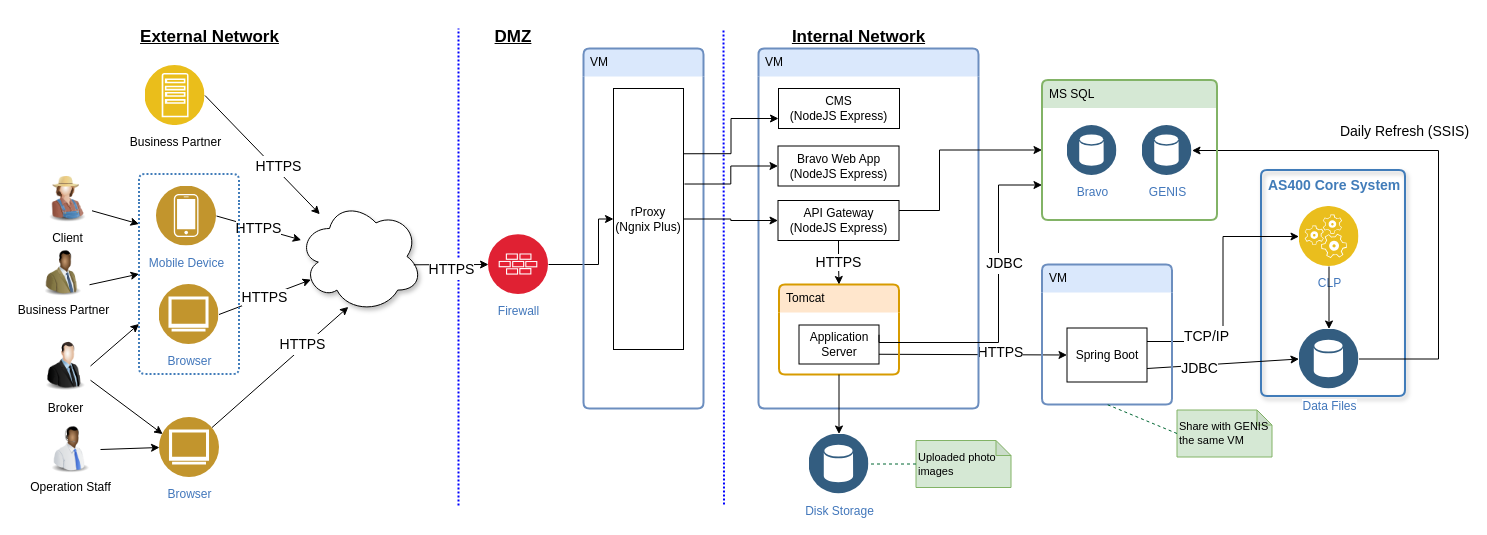
Above: page "Physical Deployment" (2 of 2) of Bravo_Architecture (8).drawio in whalebig27/change-request-process-diagram (draw.io), before the change. Source tidied: cells renumbered, new cells numbered last; positions are measured from the earlier drawing's top-left corner, leaving out a move shared by most shapes. Both pictures are drawn from the tidied source at 100%, with x=0, y=0 at pixel (36, 27).
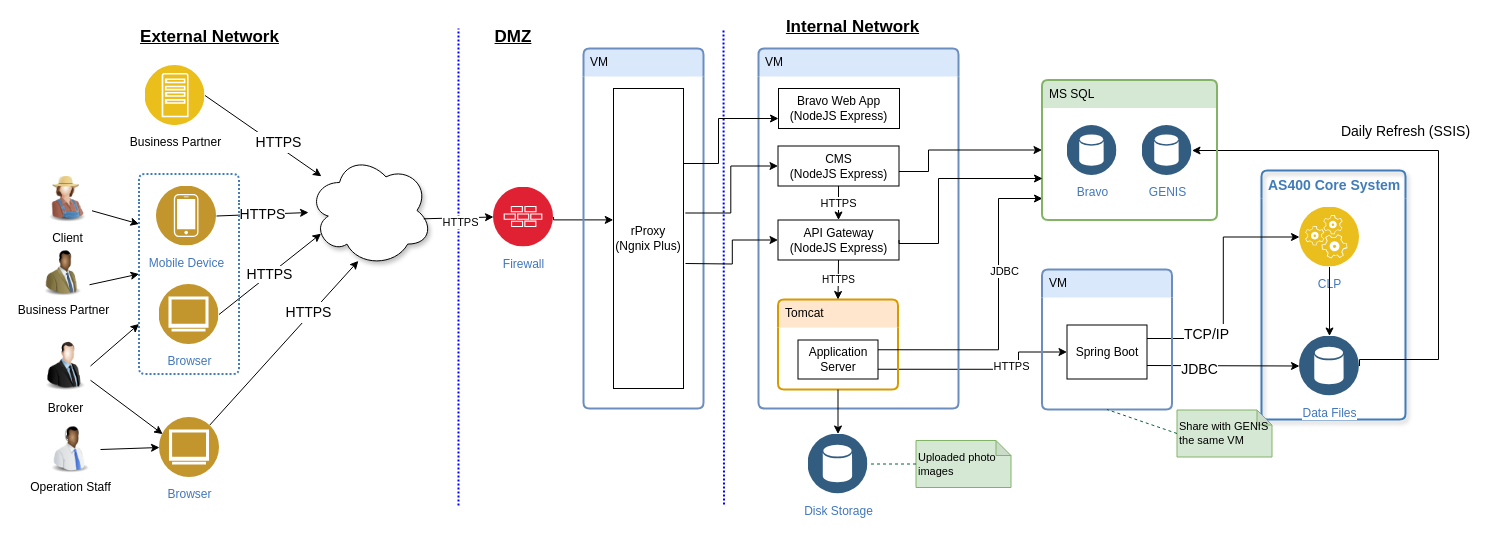
The same diagram, later.

Unchanged cells that the change refers to:
```xml
<mxCell id="14" value="CLP" style="perimeter=ellipsePerimeter;html=1;align=center;shadow=0;dashed=0;fontColor=#4277BB;labelBackgroundColor=#ffffff;fontSize=12;spacingTop=3;image;image=img/lib/ibm/applications/runtime_services.svg;dashPattern=1 1;strokeColor=#0000CC;strokeWidth=3;" parent="12" vertex="1">
  <mxGeometry x="38" y="36.5" width="60" height="60" as="geometry" />
</mxCell>
<mxCell id="34" value="VM" style="swimlane;fontStyle=0;horizontal=1;startSize=28;swimlaneLine=0;swimlaneFillColor=none;fillColor=#dae8fc;rounded=1;whiteSpace=wrap;html=1;absoluteArcSize=1;arcSize=12;strokeColor=#6c8ebf;verticalAlign=top;align=left;spacingLeft=5;dashed=0;strokeWidth=2;" parent="1" vertex="1">
  <mxGeometry x="547" y="21" width="120" height="360" as="geometry" />
</mxCell>
<mxCell id="41" value="Application Server&lt;br&gt;" style="rounded=0;whiteSpace=wrap;html=1;" parent="40" vertex="1">
  <mxGeometry x="20" y="40.5" width="80" height="39" as="geometry" />
</mxCell>
<mxCell id="54" style="rounded=0;jettySize=auto;html=1;entryX=0;entryY=0.5;entryDx=0;entryDy=0;exitX=0.929;exitY=0.574;exitDx=0;exitDy=0;exitPerimeter=0;" parent="1" edge="1" source="53" target="31">
  <mxGeometry relative="1" as="geometry" />
</mxCell>
<mxCell id="59" value="MS SQL" style="swimlane;fontStyle=0;horizontal=1;startSize=28;swimlaneLine=0;swimlaneFillColor=none;fillColor=#d5e8d4;rounded=1;whiteSpace=wrap;html=1;absoluteArcSize=1;arcSize=12;strokeColor=#82b366;verticalAlign=top;align=left;spacingLeft=5;dashed=0;strokeWidth=2;" parent="1" vertex="1">
  <mxGeometry x="1005.5" y="52.5" width="175" height="140" as="geometry" />
</mxCell>
```

What changed in the source:
```diff
@@
     <mxCell id="12" value="&lt;b&gt;&lt;font style=&quot;font-size: 14px&quot;&gt;AS400 Core System&lt;/font&gt;&lt;/b&gt;" style="swimlane;fontStyle=0;horizontal=1;startSize=28;swimlaneLine=0;swimlaneFillColor=none;fillColor=none;rounded=1;whiteSpace=wrap;html=1;absoluteArcSize=1;arcSize=12;strokeColor=#417CB9;fontColor=#417CB9;verticalAlign=top;align=left;spacingLeft=5;dashed=0;strokeWidth=2;shadow=1;" parent="1" vertex="1">
-      <mxGeometry x="1224.5" y="142.5" width="144" height="226" as="geometry" />
+      <mxGeometry x="1225" y="143" width="144" height="249" as="geometry" />
     </mxCell>
     <mxCell id="13" value="Data Files" style="perimeter=ellipsePerimeter;html=1;align=center;shadow=0;dashed=0;fontColor=#4277BB;labelBackgroundColor=#ffffff;fontSize=12;spacingTop=3;image;image=img/lib/ibm/data/data_services.svg;strokeColor=#0000CC;strokeWidth=1;" parent="12" vertex="1">
-      <mxGeometry x="38" y="159" width="60" height="60" as="geometry" />
+      <mxGeometry x="38" y="165.5" width="60" height="60" as="geometry" />
     </mxCell>
@@
-    <mxCell id="18" style="rounded=0;jettySize=auto;html=1;entryX=0;entryY=0.5;entryDx=0;entryDy=0;exitX=1;exitY=0.25;exitDx=0;exitDy=0;edgeStyle=orthogonalEdgeStyle;" parent="1" edge="1" source="48" target="14">
+    <mxCell id="18" style="rounded=0;jettySize=auto;html=1;entryX=0;entryY=0.5;entryDx=0;entryDy=0;exitX=1;exitY=0.25;exitDx=0;exitDy=0;edgeStyle=orthogonalEdgeStyle;fontSize=11;" parent="1" edge="1" source="48" target="14">
       <mxGeometry relative="1" as="geometry" />
     </mxCell>
@@
-    <mxCell id="30" style="edgeStyle=orthogonalEdgeStyle;rounded=0;jettySize=auto;html=1;entryX=0;entryY=0.5;entryDx=0;entryDy=0;" parent="1" edge="1" source="31" target="35">
+    <mxCell id="30" style="edgeStyle=orthogonalEdgeStyle;rounded=0;jettySize=auto;html=1;entryX=-0.003;entryY=0.438;entryDx=0;entryDy=0;exitX=1;exitY=0.5;exitDx=0;exitDy=0;entryPerimeter=0;" parent="1" edge="1" source="31" target="35">
       <mxGeometry relative="1" as="geometry">
         <Array as="points">
-          <mxPoint x="562" y="237" />
-          <mxPoint x="562" y="192" />
+          <mxPoint x="517" y="192" />
         </Array>
       </mxGeometry>
     </mxCell>
     <mxCell id="31" value="Firewall" style="perimeter=ellipsePerimeter;html=1;align=center;shadow=0;dashed=0;fontColor=#4277BB;labelBackgroundColor=#ffffff;fontSize=12;spacingTop=3;image;image=img/lib/ibm/security/firewall.svg;dashPattern=1 1;strokeColor=#0000CC;strokeWidth=2;" parent="1" vertex="1">
-      <mxGeometry x="452" y="207" width="60" height="60" as="geometry" />
+      <mxGeometry x="457" y="159.5" width="60" height="60" as="geometry" />
     </mxCell>
@@
     <mxCell id="35" value="&lt;span&gt;rProxy&lt;/span&gt;&lt;br&gt;&lt;span&gt;(Ngnix Plus)&lt;/span&gt;" style="rounded=0;whiteSpace=wrap;html=1;" parent="34" vertex="1">
-      <mxGeometry x="30" y="40" width="70" height="261" as="geometry" />
+      <mxGeometry x="30" y="40" width="70" height="300" as="geometry" />
     </mxCell>
-    <mxCell id="36" style="edgeStyle=none;rounded=0;jettySize=auto;html=1;entryX=0;entryY=0.5;entryDx=0;entryDy=0;exitX=1;exitY=0.75;exitDx=0;exitDy=0;" parent="1" edge="1" source="41" target="48">
-      <mxGeometry relative="1" as="geometry" />
+    <mxCell id="36" style="edgeStyle=orthogonalEdgeStyle;rounded=0;jettySize=auto;html=1;entryX=0;entryY=0.5;entryDx=0;entryDy=0;exitX=1;exitY=0.75;exitDx=0;exitDy=0;" parent="1" edge="1" source="41" target="48">
+      <mxGeometry relative="1" as="geometry">
+        <Array as="points">
+          <mxPoint x="982" y="342" />
+          <mxPoint x="982" y="325" />
+        </Array>
+      </mxGeometry>
     </mxCell>
-    <mxCell id="37" value="&lt;font style=&quot;font-size: 14px&quot;&gt;HTTPS&lt;/font&gt;" style="text;html=1;align=center;verticalAlign=middle;labelBackgroundColor=#ffffff;fontSize=17;" parent="36" vertex="1">
+    <mxCell id="37" value="&lt;font style=&quot;font-size: 11px;&quot;&gt;HTTPS&lt;/font&gt;" style="text;html=1;align=center;verticalAlign=middle;labelBackgroundColor=#ffffff;fontSize=11;" parent="36" vertex="1">
       <mxGeometry x="0.28" y="3" relative="1" as="geometry">
         <mxPoint x="1" as="offset" />
       </mxGeometry>
     </mxCell>
     <mxCell id="38" value="VM" style="swimlane;fontStyle=0;horizontal=1;startSize=28;swimlaneLine=0;swimlaneFillColor=none;fillColor=#dae8fc;rounded=1;whiteSpace=wrap;html=1;absoluteArcSize=1;arcSize=12;strokeColor=#6c8ebf;verticalAlign=top;align=left;spacingLeft=5;dashed=0;strokeWidth=2;shadow=0;dashPattern=1 1;" parent="1" vertex="1">
-      <mxGeometry x="722" y="21" width="220" height="360" as="geometry" />
+      <mxGeometry x="722" y="21" width="200" height="360" as="geometry" />
     </mxCell>
     <mxCell id="39" value="&lt;span&gt;API Gateway&lt;/span&gt;&lt;br&gt;(NodeJS Express)&lt;br&gt;" style="rounded=0;whiteSpace=wrap;html=1;" parent="38" vertex="1">
-      <mxGeometry x="19.5" y="152" width="121" height="40" as="geometry" />
+      <mxGeometry x="19.5" y="171.5" width="121" height="40" as="geometry" />
     </mxCell>
     <mxCell id="40" value="Tomcat" style="swimlane;fontStyle=0;horizontal=1;startSize=28;swimlaneLine=0;swimlaneFillColor=none;fillColor=#ffe6cc;rounded=1;whiteSpace=wrap;html=1;absoluteArcSize=1;arcSize=12;strokeColor=#d79b00;verticalAlign=top;align=left;spacingLeft=5;dashed=0;strokeWidth=2;" parent="38" vertex="1">
-      <mxGeometry x="20.5" y="236" width="120" height="90" as="geometry" />
+      <mxGeometry x="19.5" y="251" width="120" height="90" as="geometry" />
     </mxCell>
@@
-    <mxCell id="42" value="&lt;font style=&quot;font-size: 14px&quot;&gt;HTTPS&lt;/font&gt;" style="edgeStyle=orthogonalEdgeStyle;rounded=0;jettySize=auto;html=1;entryX=0.5;entryY=0;entryDx=0;entryDy=0;exitX=0.5;exitY=1;exitDx=0;exitDy=0;" parent="38" edge="1" source="39" target="40">
+    <mxCell id="42" value="&lt;font style=&quot;font-size: 10px;&quot;&gt;HTTPS&lt;/font&gt;" style="edgeStyle=orthogonalEdgeStyle;rounded=0;jettySize=auto;html=1;entryX=0.5;entryY=0;entryDx=0;entryDy=0;exitX=0.5;exitY=1;exitDx=0;exitDy=0;fontSize=10;" parent="38" edge="1" source="39" target="40">
       <mxGeometry relative="1" as="geometry" />
     </mxCell>
-    <mxCell id="43" value="&lt;span&gt;CMS&lt;/span&gt;&lt;br&gt;(NodeJS Express)&lt;br&gt;" style="rounded=0;whiteSpace=wrap;html=1;" parent="38" vertex="1">
+    <mxCell id="43" value="Bravo Web App&lt;br&gt;(NodeJS Express)&lt;br&gt;" style="rounded=0;whiteSpace=wrap;html=1;" parent="38" vertex="1">
       <mxGeometry x="20" y="40" width="121" height="40" as="geometry" />
     </mxCell>
+    <mxCell id="70" value="HTTPS" style="edgeStyle=orthogonalEdgeStyle;rounded=0;jettySize=auto;html=1;exitX=0.5;exitY=1;exitDx=0;exitDy=0;entryX=0.5;entryY=0;entryDx=0;entryDy=0;" parent="38" edge="1" source="44" target="39">
+      <mxGeometry relative="1" as="geometry" />
+    </mxCell>
-    <mxCell id="44" value="&lt;span&gt;Bravo Web App&lt;/span&gt;&lt;br&gt;(NodeJS Express)&lt;br&gt;" style="rounded=0;whiteSpace=wrap;html=1;" parent="38" vertex="1">
+    <mxCell id="44" value="CMS&lt;br&gt;(NodeJS Express)&lt;br&gt;" style="rounded=0;whiteSpace=wrap;html=1;" parent="38" vertex="1">
       <mxGeometry x="19.5" y="97.5" width="121" height="40" as="geometry" />
     </mxCell>
@@
     <mxCell id="46" value="&lt;font style=&quot;font-size: 17px;&quot;&gt;Internal Network&lt;/font&gt;" style="text;html=1;strokeColor=none;fillColor=none;align=center;verticalAlign=middle;whiteSpace=wrap;rounded=0;fontSize=17;fontStyle=5;" parent="1" vertex="1">
-      <mxGeometry x="718" width="209" height="20" as="geometry" />
+      <mxGeometry x="712" y="-10" width="209" height="20" as="geometry" />
     </mxCell>
     <mxCell id="47" value="VM" style="swimlane;fontStyle=0;horizontal=1;startSize=28;swimlaneLine=0;swimlaneFillColor=none;fillColor=#dae8fc;rounded=1;whiteSpace=wrap;html=1;absoluteArcSize=1;arcSize=12;strokeColor=#6c8ebf;verticalAlign=top;align=left;spacingLeft=5;dashed=0;strokeWidth=2;shadow=0;dashPattern=1 1;" parent="1" vertex="1">
-      <mxGeometry x="1005.5" y="237" width="130" height="140" as="geometry" />
+      <mxGeometry x="1005.5" y="242" width="130" height="140" as="geometry" />
     </mxCell>
     <mxCell id="48" value="Spring Boot&lt;br&gt;" style="rounded=0;whiteSpace=wrap;html=1;" parent="47" vertex="1">
-      <mxGeometry x="25" y="63.5" width="80" height="54" as="geometry" />
+      <mxGeometry x="25" y="55.5" width="80" height="54" as="geometry" />
     </mxCell>
-    <mxCell id="49" style="edgeStyle=orthogonalEdgeStyle;rounded=0;jettySize=auto;html=1;exitX=1;exitY=0.25;exitDx=0;exitDy=0;entryX=0;entryY=0.75;entryDx=0;entryDy=0;" parent="1" edge="1" source="41" target="59">
+    <mxCell id="49" style="edgeStyle=orthogonalEdgeStyle;rounded=0;jettySize=auto;html=1;exitX=1;exitY=0.25;exitDx=0;exitDy=0;fontSize=10;" parent="1" edge="1" source="41">
       <mxGeometry relative="1" as="geometry">
+        <mxPoint x="1006" y="171" as="targetPoint" />
         <Array as="points">
-          <mxPoint x="843" y="315" />
-          <mxPoint x="962" y="315" />
-          <mxPoint x="962" y="158" />
+          <mxPoint x="962" y="322" />
+          <mxPoint x="962" y="171" />
         </Array>
       </mxGeometry>
     </mxCell>
-    <mxCell id="50" value="&lt;font style=&quot;font-size: 14px&quot;&gt;JDBC&lt;/font&gt;" style="text;html=1;align=center;verticalAlign=middle;labelBackgroundColor=#ffffff;fontSize=17;" parent="49" vertex="1">
+    <mxCell id="50" value="&lt;font style=&quot;font-size: 11px;&quot;&gt;JDBC&lt;/font&gt;" style="text;html=1;align=center;verticalAlign=middle;labelBackgroundColor=#ffffff;fontSize=11;" parent="49" vertex="1">
       <mxGeometry x="0.26" y="-5" relative="1" as="geometry" />
     </mxCell>
@@
     <mxCell id="53" style="ellipse;shape=cloud;whiteSpace=wrap;html=1;shadow=1;" parent="1" vertex="1">
-      <mxGeometry x="262" y="173" width="124" height="112" as="geometry" />
+      <mxGeometry x="272" y="127" width="124" height="112" as="geometry" />
     </mxCell>
@@
-    <mxCell id="55" value="&lt;font style=&quot;font-size: 14px&quot;&gt;HTTPS&lt;/font&gt;" style="text;html=1;align=center;verticalAlign=middle;labelBackgroundColor=#ffffff;fontSize=17;" parent="54" vertex="1">
+    <mxCell id="55" value="&lt;font style=&quot;font-size: 11px;&quot;&gt;HTTPS&lt;/font&gt;" style="text;html=1;align=center;verticalAlign=middle;labelBackgroundColor=#ffffff;fontSize=11;" parent="54" vertex="1">
       <mxGeometry x="-0.55" y="-2" relative="1" as="geometry">
         <mxPoint x="20" y="2" as="offset" />
       </mxGeometry>
     </mxCell>
@@
     <mxCell id="57" value="Disk Storage" style="perimeter=ellipsePerimeter;html=1;align=center;shadow=0;dashed=0;fontColor=#4277BB;labelBackgroundColor=#ffffff;fontSize=12;spacingTop=3;image;image=img/lib/ibm/data/data_services.svg;" parent="1" vertex="1">
-      <mxGeometry x="772.5" y="406.5" width="60" height="60" as="geometry" />
+      <mxGeometry x="771.5" y="406.5" width="60" height="60" as="geometry" />
     </mxCell>
@@
-    <mxCell id="62" style="edgeStyle=orthogonalEdgeStyle;rounded=0;jettySize=auto;html=1;exitX=1;exitY=0.25;exitDx=0;exitDy=0;entryX=0;entryY=0.5;entryDx=0;entryDy=0;" parent="1" edge="1" source="39" target="59">
+    <mxCell id="62" style="edgeStyle=orthogonalEdgeStyle;rounded=0;jettySize=auto;html=1;exitX=1;exitY=0.5;exitDx=0;exitDy=0;" parent="1" edge="1" source="39">
       <mxGeometry relative="1" as="geometry">
+        <mxPoint x="1006" y="151" as="targetPoint" />
         <Array as="points">
-          <mxPoint x="903" y="123" />
+          <mxPoint x="863" y="216" />
+          <mxPoint x="902" y="216" />
+          <mxPoint x="902" y="151" />
         </Array>
       </mxGeometry>
     </mxCell>
@@
-    <mxCell id="67" style="endArrow=classic;html=1;entryX=0;entryY=0.5;entryDx=0;entryDy=0;rounded=0;edgeStyle=orthogonalEdgeStyle;" parent="1" edge="1" source="35" target="39">
-      <mxGeometry relative="1" as="geometry" />
+    <mxCell id="67" style="endArrow=classic;html=1;entryX=0;entryY=0.5;entryDx=0;entryDy=0;rounded=0;edgeStyle=orthogonalEdgeStyle;" parent="1" edge="1" target="39">
+      <mxGeometry relative="1" as="geometry">
+        <mxPoint x="649" y="236" as="sourcePoint" />
+      </mxGeometry>
     </mxCell>
-    <mxCell id="68" style="endArrow=classic;html=1;entryX=0;entryY=0.5;entryDx=0;entryDy=0;edgeStyle=orthogonalEdgeStyle;rounded=0;exitX=1.014;exitY=0.366;exitDx=0;exitDy=0;exitPerimeter=0;" parent="1" edge="1" source="35" target="44">
+    <mxCell id="68" style="endArrow=classic;html=1;entryX=0;entryY=0.5;entryDx=0;entryDy=0;edgeStyle=orthogonalEdgeStyle;rounded=0;exitX=1.026;exitY=0.415;exitDx=0;exitDy=0;exitPerimeter=0;" parent="1" edge="1" source="35" target="44">
       <mxGeometry relative="1" as="geometry" />
     </mxCell>
     <mxCell id="69" style="endArrow=classic;html=1;entryX=0;entryY=0.75;entryDx=0;entryDy=0;exitX=1;exitY=0.25;exitDx=0;exitDy=0;edgeStyle=orthogonalEdgeStyle;rounded=0;" parent="1" edge="1" source="35" target="43">
-      <mxGeometry relative="1" as="geometry" />
+      <mxGeometry relative="1" as="geometry">
+        <Array as="points">
+          <mxPoint x="682" y="136" />
+          <mxPoint x="682" y="91" />
+        </Array>
+      </mxGeometry>
     </mxCell>
+    <mxCell id="71" style="edgeStyle=orthogonalEdgeStyle;rounded=0;jettySize=auto;html=1;entryX=0;entryY=0.5;entryDx=0;entryDy=0;" parent="1" edge="1" source="44" target="59">
+      <mxGeometry relative="1" as="geometry">
+        <Array as="points">
+          <mxPoint x="892" y="144" />
+          <mxPoint x="892" y="123" />
+        </Array>
+      </mxGeometry>
+    </mxCell>
```
